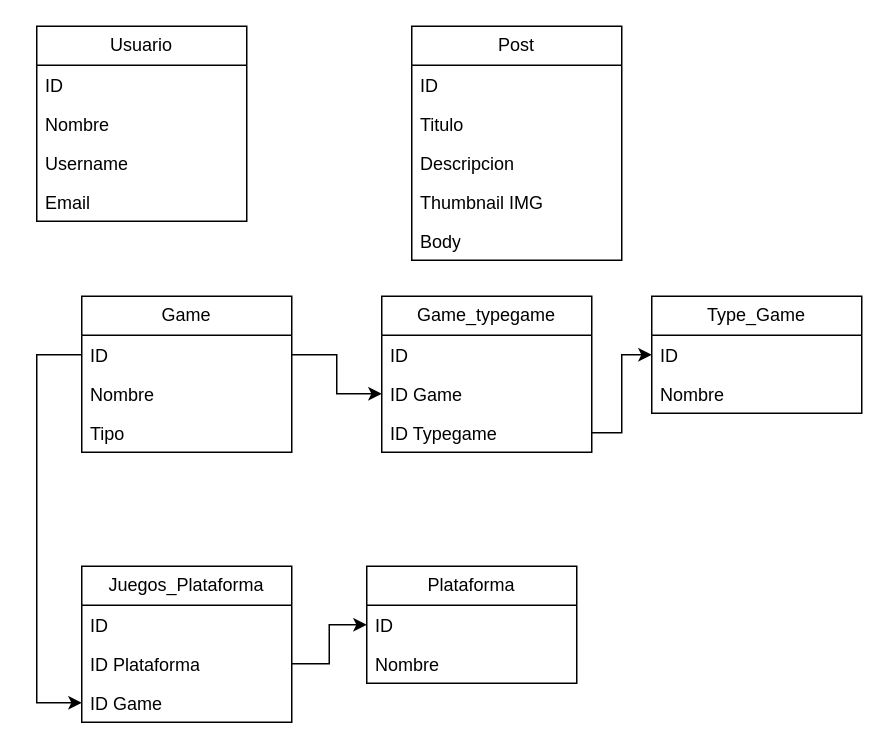
The draw.io diagram assets/vh.drawio in DEsoTVH/tvhpage, before the edit. Source tidied: cells renumbered, new cells numbered last; positions are measured from the earlier drawing's top-left corner, leaving out a move shared by most shapes. Both pictures are drawn from the tidied source at 150%, with x=0, y=0 at pixel (36, 26).
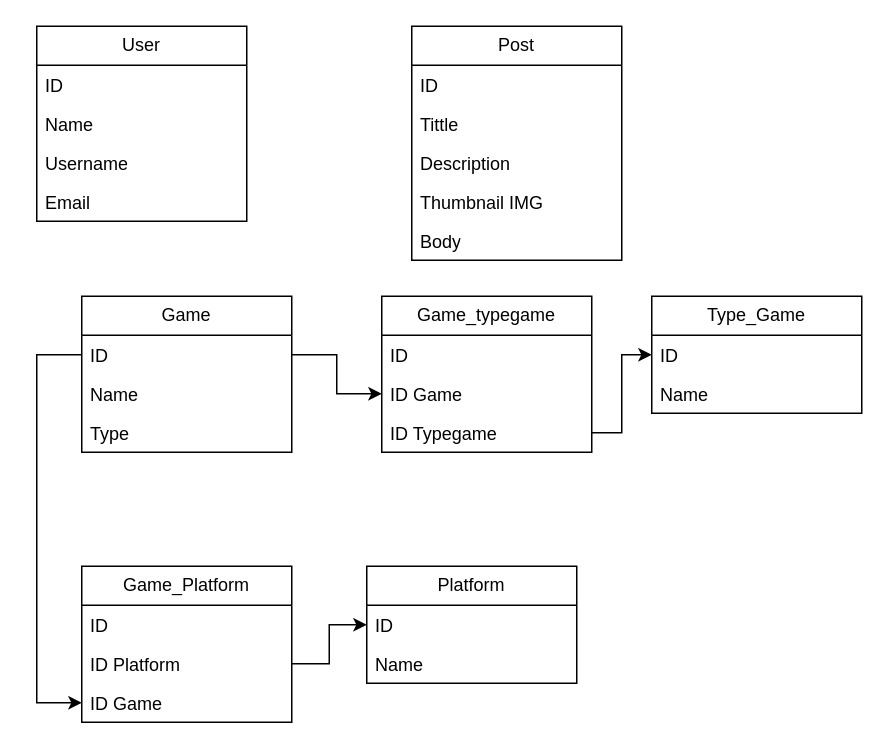
The same diagram, later.

The change refers to these unchanged cells:
```xml
<mxCell id="7" value="Post" style="swimlane;fontStyle=0;horizontal=1;startSize=26;fillColor=none;whiteSpace=wrap;html=1;" parent="1" vertex="1">
  <mxGeometry x="250" width="140" height="156" as="geometry" />
</mxCell>
<mxCell id="16" value="Game" style="swimlane;fontStyle=0;horizontal=1;startSize=26;fillColor=none;whiteSpace=wrap;html=1;" parent="1" vertex="1">
  <mxGeometry x="30" y="180" width="140" height="104" as="geometry" />
</mxCell>
<mxCell id="24" value="Type_Game" style="swimlane;fontStyle=0;horizontal=1;startSize=26;fillColor=none;whiteSpace=wrap;html=1;" parent="1" vertex="1">
  <mxGeometry x="410" y="180" width="140" height="78" as="geometry" />
</mxCell>
```

Diff of the diagram source:
```diff
@@
-    <mxCell id="2" value="Usuario" style="swimlane;fontStyle=0;horizontal=1;startSize=26;fillColor=none;whiteSpace=wrap;html=1;" parent="1" vertex="1">
+    <mxCell id="2" value="User" style="swimlane;fontStyle=0;horizontal=1;startSize=26;fillColor=none;whiteSpace=wrap;html=1;" parent="1" vertex="1">
       <mxGeometry width="140" height="130" as="geometry" />
     </mxCell>
@@
-    <mxCell id="4" value="Nombre" style="text;strokeColor=none;fillColor=none;align=left;verticalAlign=top;spacingLeft=4;spacingRight=4;overflow=hidden;whiteSpace=wrap;html=1;" parent="2" vertex="1">
+    <mxCell id="4" value="Name" style="text;strokeColor=none;fillColor=none;align=left;verticalAlign=top;spacingLeft=4;spacingRight=4;overflow=hidden;whiteSpace=wrap;html=1;" parent="2" vertex="1">
       <mxGeometry y="52" width="140" height="26" as="geometry" />
     </mxCell>
@@
-    <mxCell id="9" value="Titulo" style="text;strokeColor=none;fillColor=none;align=left;verticalAlign=top;spacingLeft=4;spacingRight=4;overflow=hidden;whiteSpace=wrap;html=1;" parent="7" vertex="1">
+    <mxCell id="9" value="Tittle" style="text;strokeColor=none;fillColor=none;align=left;verticalAlign=top;spacingLeft=4;spacingRight=4;overflow=hidden;whiteSpace=wrap;html=1;" parent="7" vertex="1">
       <mxGeometry y="52" width="140" height="26" as="geometry" />
     </mxCell>
-    <mxCell id="10" value="Descripcion" style="text;strokeColor=none;fillColor=none;align=left;verticalAlign=top;spacingLeft=4;spacingRight=4;overflow=hidden;whiteSpace=wrap;html=1;" parent="7" vertex="1">
+    <mxCell id="10" value="Description&lt;br&gt;" style="text;strokeColor=none;fillColor=none;align=left;verticalAlign=top;spacingLeft=4;spacingRight=4;overflow=hidden;whiteSpace=wrap;html=1;" parent="7" vertex="1">
       <mxGeometry y="78" width="140" height="26" as="geometry" />
     </mxCell>
@@
-    <mxCell id="13" value="Plataforma" style="swimlane;fontStyle=0;horizontal=1;startSize=26;fillColor=none;whiteSpace=wrap;html=1;" parent="1" vertex="1">
+    <mxCell id="13" value="Platform" style="swimlane;fontStyle=0;horizontal=1;startSize=26;fillColor=none;whiteSpace=wrap;html=1;" parent="1" vertex="1">
       <mxGeometry x="220" y="360" width="140" height="78" as="geometry" />
     </mxCell>
@@
-    <mxCell id="15" value="Nombre" style="text;strokeColor=none;fillColor=none;align=left;verticalAlign=top;spacingLeft=4;spacingRight=4;overflow=hidden;whiteSpace=wrap;html=1;" parent="13" vertex="1">
+    <mxCell id="15" value="Name" style="text;strokeColor=none;fillColor=none;align=left;verticalAlign=top;spacingLeft=4;spacingRight=4;overflow=hidden;whiteSpace=wrap;html=1;" parent="13" vertex="1">
       <mxGeometry y="52" width="140" height="26" as="geometry" />
     </mxCell>
@@
-    <mxCell id="18" value="Nombre" style="text;strokeColor=none;fillColor=none;align=left;verticalAlign=top;spacingLeft=4;spacingRight=4;overflow=hidden;whiteSpace=wrap;html=1;" parent="16" vertex="1">
+    <mxCell id="18" value="Name" style="text;strokeColor=none;fillColor=none;align=left;verticalAlign=top;spacingLeft=4;spacingRight=4;overflow=hidden;whiteSpace=wrap;html=1;" parent="16" vertex="1">
       <mxGeometry y="52" width="140" height="26" as="geometry" />
     </mxCell>
-    <mxCell id="19" value="Tipo" style="text;strokeColor=none;fillColor=none;align=left;verticalAlign=top;spacingLeft=4;spacingRight=4;overflow=hidden;whiteSpace=wrap;html=1;" parent="16" vertex="1">
+    <mxCell id="19" value="Type" style="text;strokeColor=none;fillColor=none;align=left;verticalAlign=top;spacingLeft=4;spacingRight=4;overflow=hidden;whiteSpace=wrap;html=1;" parent="16" vertex="1">
       <mxGeometry y="78" width="140" height="26" as="geometry" />
     </mxCell>
-    <mxCell id="20" value="Juegos_Plataforma" style="swimlane;fontStyle=0;horizontal=1;startSize=26;fillColor=none;whiteSpace=wrap;html=1;" parent="1" vertex="1">
+    <mxCell id="20" value="Game_Platform" style="swimlane;fontStyle=0;horizontal=1;startSize=26;fillColor=none;whiteSpace=wrap;html=1;" parent="1" vertex="1">
       <mxGeometry x="30" y="360" width="140" height="104" as="geometry" />
     </mxCell>
@@
-    <mxCell id="22" value="ID Plataforma" style="text;strokeColor=none;fillColor=none;align=left;verticalAlign=top;spacingLeft=4;spacingRight=4;overflow=hidden;points=[[0,0.5],[1,0.5]];portConstraint=eastwest;whiteSpace=wrap;html=1;" parent="20" vertex="1">
+    <mxCell id="22" value="ID Platform&lt;br&gt;" style="text;strokeColor=none;fillColor=none;align=left;verticalAlign=top;spacingLeft=4;spacingRight=4;overflow=hidden;points=[[0,0.5],[1,0.5]];portConstraint=eastwest;whiteSpace=wrap;html=1;" parent="20" vertex="1">
       <mxGeometry y="52" width="140" height="26" as="geometry" />
     </mxCell>
@@
-    <mxCell id="26" value="Nombre" style="text;strokeColor=none;fillColor=none;align=left;verticalAlign=top;spacingLeft=4;spacingRight=4;overflow=hidden;whiteSpace=wrap;html=1;" parent="24" vertex="1">
+    <mxCell id="26" value="Name" style="text;strokeColor=none;fillColor=none;align=left;verticalAlign=top;spacingLeft=4;spacingRight=4;overflow=hidden;whiteSpace=wrap;html=1;" parent="24" vertex="1">
       <mxGeometry y="52" width="140" height="26" as="geometry" />
     </mxCell>
```
